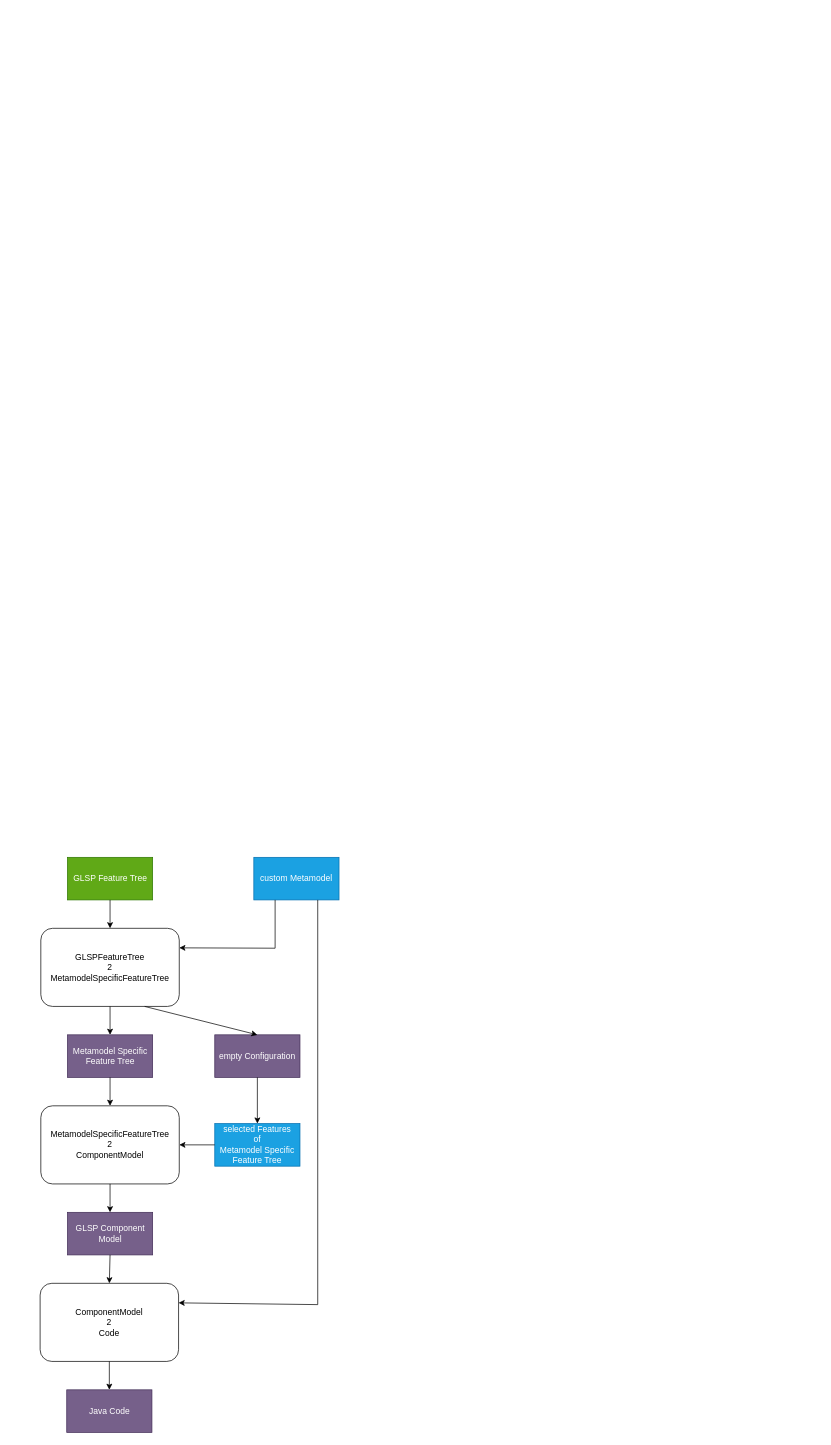
Above: page "Seite-3" (3 of 6) of diagrams/componentDiagram.drawio in Botchi24/glsp (draw.io), before the change. Source tidied: cells renumbered, new cells numbered last; positions are measured from the earlier drawing's top-left corner, leaving out a move shared by most shapes. Both pictures are drawn from the tidied source at 71%, with x=0, y=0 at pixel (40, 857).
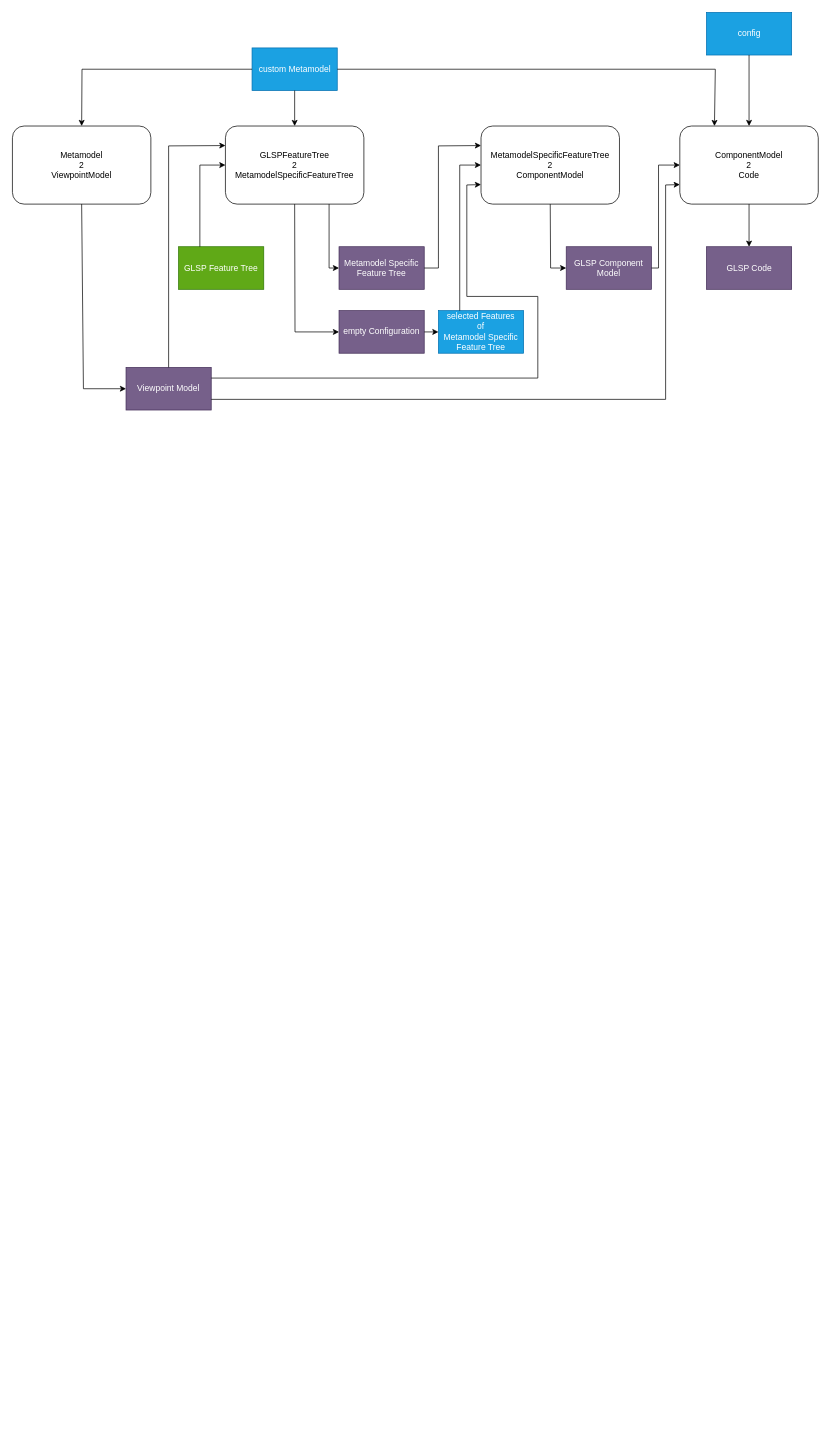
The same page after the edit.

Diff of the diagram source:
```diff
@@
     <mxCell id="2" value="GLSP Feature Tree" style="rounded=0;whiteSpace=wrap;html=1;fillColor=#60a917;fontColor=#ffffff;strokeColor=#2D7600;" parent="1" vertex="1">
-      <mxGeometry x="38.5" width="120" height="60" as="geometry" />
+      <mxGeometry x="195" y="-860" width="120" height="60" as="geometry" />
     </mxCell>
     <mxCell id="3" value="custom Metamodel" style="rounded=0;whiteSpace=wrap;html=1;fillColor=#1ba1e2;fontColor=#ffffff;strokeColor=#006EAF;" parent="1" vertex="1">
-      <mxGeometry x="301" width="120" height="60" as="geometry" />
+      <mxGeometry x="298.5" y="-1140" width="120" height="60" as="geometry" />
     </mxCell>
     <mxCell id="4" value="GLSPFeatureTree&lt;div&gt;2&lt;/div&gt;&lt;div&gt;MetamodelSpecificFeatureTree&lt;/div&gt;" style="rounded=1;whiteSpace=wrap;html=1;" parent="1" vertex="1">
-      <mxGeometry x="1" y="100" width="195" height="110" as="geometry" />
+      <mxGeometry x="261" y="-1030" width="195" height="110" as="geometry" />
     </mxCell>
     <mxCell id="5" value="MetamodelSpecificFeatureTree&lt;div&gt;2&lt;/div&gt;&lt;div&gt;ComponentModel&lt;br&gt;&lt;/div&gt;" style="rounded=1;whiteSpace=wrap;html=1;" parent="1" vertex="1">
-      <mxGeometry x="1" y="350" width="195" height="110" as="geometry" />
+      <mxGeometry x="621" y="-1030" width="195" height="110" as="geometry" />
     </mxCell>
     <mxCell id="6" value="Metamodel Specific Feature Tree" style="rounded=0;whiteSpace=wrap;html=1;fillColor=#76608a;fontColor=#ffffff;strokeColor=#432D57;" parent="1" vertex="1">
-      <mxGeometry x="38.5" y="250" width="120" height="60" as="geometry" />
+      <mxGeometry x="421" y="-860" width="120" height="60" as="geometry" />
     </mxCell>
     <mxCell id="7" value="empty Configuration" style="rounded=0;whiteSpace=wrap;html=1;fillColor=#76608a;fontColor=#ffffff;strokeColor=#432D57;" parent="1" vertex="1">
-      <mxGeometry x="246" y="250" width="120" height="60" as="geometry" />
+      <mxGeometry x="421" y="-770" width="120" height="60" as="geometry" />
     </mxCell>
     <mxCell id="8" value="selected Features&lt;div&gt;of&lt;/div&gt;&lt;div&gt;Metamodel Specific Feature Tree&lt;/div&gt;" style="rounded=0;whiteSpace=wrap;html=1;fillColor=#1ba1e2;fontColor=#ffffff;strokeColor=#006EAF;" parent="1" vertex="1">
-      <mxGeometry x="246" y="375" width="120" height="60" as="geometry" />
+      <mxGeometry x="561" y="-770" width="120" height="60" as="geometry" />
     </mxCell>
-    <mxCell id="9" style="endArrow=classic;html=1;rounded=0;exitX=0.5;exitY=1;exitDx=0;exitDy=0;entryX=0.5;entryY=0;entryDx=0;entryDy=0;" parent="1" edge="1" source="2" target="4">
-      <mxGeometry relative="1" as="geometry" />
+    <mxCell id="9" style="endArrow=classic;html=1;rounded=0;exitX=0.25;exitY=0;exitDx=0;exitDy=0;noEdgeStyle=1;orthogonal=1;entryX=0;entryY=0.5;entryDx=0;entryDy=0;strokeColor=default;" parent="1" edge="1" source="2" target="4">
+      <mxGeometry relative="1" as="geometry">
+        <Array as="points">
+          <mxPoint x="225" y="-975" />
+        </Array>
+      </mxGeometry>
     </mxCell>
-    <mxCell id="10" style="endArrow=classic;html=1;rounded=0;exitX=0.5;exitY=1;exitDx=0;exitDy=0;entryX=0.5;entryY=0;entryDx=0;entryDy=0;" parent="1" edge="1" source="7" target="8">
+    <mxCell id="10" style="endArrow=classic;html=1;rounded=0;exitX=1;exitY=0.5;exitDx=0;exitDy=0;entryX=0;entryY=0.5;entryDx=0;entryDy=0;noEdgeStyle=1;orthogonal=1;" parent="1" edge="1" source="7" target="8">
       <mxGeometry relative="1" as="geometry" />
     </mxCell>
-    <mxCell id="11" style="endArrow=classic;html=1;rounded=0;exitX=0.5;exitY=1;exitDx=0;exitDy=0;entryX=0.5;entryY=0;entryDx=0;entryDy=0;" parent="1" edge="1" source="4" target="6">
-      <mxGeometry relative="1" as="geometry" />
+    <mxCell id="11" style="endArrow=classic;html=1;rounded=0;entryX=0;entryY=0.5;entryDx=0;entryDy=0;noEdgeStyle=1;orthogonal=1;" parent="1" edge="1" target="6">
+      <mxGeometry relative="1" as="geometry">
+        <mxPoint x="407" y="-920" as="sourcePoint" />
+        <Array as="points">
+          <mxPoint x="407" y="-830" />
+        </Array>
+      </mxGeometry>
     </mxCell>
-    <mxCell id="12" style="endArrow=classic;html=1;rounded=0;exitX=0.25;exitY=1;exitDx=0;exitDy=0;entryX=1;entryY=0.25;entryDx=0;entryDy=0;" parent="1" edge="1" source="3" target="4">
-      <mxGeometry relative="1" as="geometry">
-        <Array as="points">
-          <mxPoint x="331" y="128" />
-        </Array>
-      </mxGeometry>
+    <mxCell id="12" style="endArrow=classic;html=1;rounded=0;entryDx=0;entryDy=0;noEdgeStyle=1;orthogonal=1;exitX=0.5;exitY=1;exitDx=0;exitDy=0;entryX=0.5;entryY=0;" parent="1" edge="1" source="3" target="4">
+      <mxGeometry relative="1" as="geometry" />
     </mxCell>
-    <mxCell id="13" style="endArrow=classic;html=1;rounded=0;exitX=0.75;exitY=1;exitDx=0;exitDy=0;entryX=0.5;entryY=0;entryDx=0;entryDy=0;" parent="1" edge="1" source="4" target="7">
-      <mxGeometry relative="1" as="geometry" />
+    <mxCell id="13" style="endArrow=classic;html=1;rounded=0;exitX=0.5;exitY=1;exitDx=0;exitDy=0;entryX=0;entryY=0.5;entryDx=0;entryDy=0;noEdgeStyle=1;orthogonal=1;" parent="1" edge="1" source="4" target="7">
+      <mxGeometry relative="1" as="geometry">
+        <Array as="points">
+          <mxPoint x="359" y="-740" />
+        </Array>
+      </mxGeometry>
     </mxCell>
-    <mxCell id="14" style="endArrow=classic;html=1;rounded=0;exitX=0.5;exitY=1;exitDx=0;exitDy=0;entryX=0.5;entryY=0;entryDx=0;entryDy=0;" parent="1" edge="1" source="6" target="5">
-      <mxGeometry relative="1" as="geometry" />
+    <mxCell id="14" style="endArrow=classic;html=1;rounded=0;exitX=1;exitY=0.5;exitDx=0;exitDy=0;entryX=0;entryY=0.25;entryDx=0;entryDy=0;noEdgeStyle=1;orthogonal=1;" parent="1" edge="1" source="6" target="5">
+      <mxGeometry relative="1" as="geometry">
+        <Array as="points">
+          <mxPoint x="561" y="-830" />
+          <mxPoint x="561" y="-1002" />
+        </Array>
+      </mxGeometry>
     </mxCell>
-    <mxCell id="15" style="endArrow=classic;html=1;rounded=0;exitX=0;exitY=0.5;exitDx=0;exitDy=0;entryX=1;entryY=0.5;entryDx=0;entryDy=0;" parent="1" edge="1" source="8" target="5">
-      <mxGeometry relative="1" as="geometry" />
+    <mxCell id="15" style="endArrow=classic;html=1;rounded=0;exitX=0.25;exitY=0;exitDx=0;exitDy=0;entryX=0;entryY=0.5;entryDx=0;entryDy=0;noEdgeStyle=1;orthogonal=1;" parent="1" edge="1" source="8" target="5">
+      <mxGeometry relative="1" as="geometry">
+        <Array as="points">
+          <mxPoint x="591" y="-975" />
+        </Array>
+      </mxGeometry>
     </mxCell>
     <mxCell id="16" value="GLSP Component Model" style="rounded=0;whiteSpace=wrap;html=1;fillColor=#76608a;fontColor=#ffffff;strokeColor=#432D57;" parent="1" vertex="1">
-      <mxGeometry x="38.5" y="500" width="120" height="60" as="geometry" />
+      <mxGeometry x="741" y="-860" width="120" height="60" as="geometry" />
     </mxCell>
-    <mxCell id="17" style="endArrow=classic;html=1;rounded=0;exitX=0.5;exitY=1;exitDx=0;exitDy=0;entryX=0.5;entryY=0;entryDx=0;entryDy=0;" parent="1" edge="1" source="5" target="16">
-      <mxGeometry relative="1" as="geometry" />
+    <mxCell id="17" style="endArrow=classic;html=1;rounded=0;exitX=0.5;exitY=1;exitDx=0;exitDy=0;entryX=0;entryY=0.5;entryDx=0;entryDy=0;noEdgeStyle=1;orthogonal=1;" parent="1" edge="1" source="5" target="16">
+      <mxGeometry relative="1" as="geometry">
+        <Array as="points">
+          <mxPoint x="719" y="-830" />
+        </Array>
+      </mxGeometry>
     </mxCell>
     <mxCell id="18" value="&lt;div&gt;ComponentModel&lt;/div&gt;&lt;div&gt;2&lt;/div&gt;&lt;div&gt;Code&lt;br&gt;&lt;/div&gt;" style="rounded=1;whiteSpace=wrap;html=1;" parent="1" vertex="1">
-      <mxGeometry y="600" width="195" height="110" as="geometry" />
+      <mxGeometry x="901" y="-1030" width="195" height="110" as="geometry" />
     </mxCell>
-    <mxCell id="19" style="endArrow=classic;html=1;rounded=0;exitX=0.5;exitY=1;exitDx=0;exitDy=0;entryX=0.5;entryY=0;entryDx=0;entryDy=0;" parent="1" edge="1" source="16" target="18">
-      <mxGeometry relative="1" as="geometry" />
+    <mxCell id="19" style="endArrow=classic;html=1;rounded=0;exitX=1;exitY=0.5;exitDx=0;exitDy=0;entryX=0;entryY=0.5;entryDx=0;entryDy=0;noEdgeStyle=1;orthogonal=1;" parent="1" edge="1" source="16" target="18">
+      <mxGeometry relative="1" as="geometry">
+        <Array as="points">
+          <mxPoint x="871" y="-830" />
+          <mxPoint x="871" y="-975" />
+        </Array>
+      </mxGeometry>
     </mxCell>
-    <mxCell id="20" style="endArrow=classic;html=1;rounded=0;exitX=0.5;exitY=1;exitDx=0;exitDy=0;entryX=0.5;entryY=0;entryDx=0;entryDy=0;" parent="1" edge="1" source="18" target="21">
+    <mxCell id="20" style="endArrow=classic;html=1;rounded=0;exitX=0.5;exitY=1;exitDx=0;exitDy=0;entryX=0.5;entryY=0;entryDx=0;entryDy=0;noEdgeStyle=1;orthogonal=1;" parent="1" edge="1" source="18" target="21">
       <mxGeometry relative="1" as="geometry" />
     </mxCell>
-    <mxCell id="21" value="Java Code" style="rounded=0;whiteSpace=wrap;html=1;fillColor=#76608a;fontColor=#ffffff;strokeColor=#432D57;" parent="1" vertex="1">
-      <mxGeometry x="37.5" y="750" width="120" height="60" as="geometry" />
+    <mxCell id="21" value="GLSP Code" style="rounded=0;whiteSpace=wrap;html=1;fillColor=#76608a;fontColor=#ffffff;strokeColor=#432D57;" parent="1" vertex="1">
+      <mxGeometry x="938.5" y="-860" width="120" height="60" as="geometry" />
     </mxCell>
-    <mxCell id="22" style="endArrow=classic;html=1;rounded=0;exitX=0.75;exitY=1;exitDx=0;exitDy=0;entryX=1;entryY=0.25;entryDx=0;entryDy=0;" parent="1" edge="1" source="3" target="18">
+    <mxCell id="22" style="endArrow=classic;html=1;rounded=0;exitX=1;exitY=0.5;exitDx=0;exitDy=0;entryX=0.25;entryY=0;entryDx=0;entryDy=0;noEdgeStyle=1;orthogonal=1;" parent="1" edge="1" source="3" target="18">
       <mxGeometry relative="1" as="geometry">
         <Array as="points">
-          <mxPoint x="391" y="630" />
+          <mxPoint x="951" y="-1110" />
         </Array>
       </mxGeometry>
     </mxCell>
+    <mxCell id="23" value="Metamodel&lt;div&gt;2&lt;/div&gt;&lt;div&gt;ViewpointModel&lt;/div&gt;" style="rounded=1;whiteSpace=wrap;html=1;" parent="1" vertex="1">
+      <mxGeometry x="-39" y="-1030" width="195" height="110" as="geometry" />
+    </mxCell>
+    <mxCell id="24" style="endArrow=classic;html=1;rounded=0;entryDx=0;entryDy=0;noEdgeStyle=1;orthogonal=1;exitX=0;exitY=0.5;exitDx=0;exitDy=0;entryX=0.5;entryY=0;" parent="1" edge="1" source="3" target="23">
+      <mxGeometry relative="1" as="geometry">
+        <Array as="points">
+          <mxPoint x="59" y="-1110" />
+        </Array>
+      </mxGeometry>
+    </mxCell>
+    <mxCell id="25" value="Viewpoint Model" style="rounded=0;whiteSpace=wrap;html=1;fillColor=#76608a;fontColor=#ffffff;strokeColor=#432D57;" parent="1" vertex="1">
+      <mxGeometry x="121" y="-690" width="120" height="60" as="geometry" />
+    </mxCell>
+    <mxCell id="26" style="endArrow=classic;html=1;rounded=0;exitX=0.5;exitY=1;exitDx=0;exitDy=0;noEdgeStyle=1;orthogonal=1;entryX=0;entryY=0.5;entryDx=0;entryDy=0;strokeColor=default;" parent="1" edge="1" source="23" target="25">
+      <mxGeometry relative="1" as="geometry">
+        <Array as="points">
+          <mxPoint x="61" y="-660" />
+        </Array>
+      </mxGeometry>
+    </mxCell>
+    <mxCell id="27" style="endArrow=classic;html=1;rounded=0;exitX=1;exitY=0.75;exitDx=0;exitDy=0;entryX=0;entryY=0.75;entryDx=0;entryDy=0;noEdgeStyle=1;orthogonal=1;" parent="1" edge="1" source="25" target="18">
+      <mxGeometry relative="1" as="geometry">
+        <Array as="points">
+          <mxPoint x="881" y="-645" />
+          <mxPoint x="881" y="-947" />
+        </Array>
+      </mxGeometry>
+    </mxCell>
+    <mxCell id="28" value="config" style="rounded=0;whiteSpace=wrap;html=1;fillColor=#1ba1e2;fontColor=#ffffff;strokeColor=#006EAF;" parent="1" vertex="1">
+      <mxGeometry x="938.5" y="-1190" width="120" height="60" as="geometry" />
+    </mxCell>
+    <mxCell id="29" style="endArrow=classic;html=1;rounded=0;exitX=0.5;exitY=1;exitDx=0;exitDy=0;entryX=0.5;entryY=0;entryDx=0;entryDy=0;noEdgeStyle=1;orthogonal=1;" parent="1" edge="1" source="28" target="18">
+      <mxGeometry relative="1" as="geometry" />
+    </mxCell>
+    <mxCell id="30" style="endArrow=classic;html=1;rounded=0;exitX=0.5;exitY=0;exitDx=0;exitDy=0;noEdgeStyle=1;orthogonal=1;entryX=0;entryY=0.25;entryDx=0;entryDy=0;" parent="1" edge="1" source="25" target="4">
+      <mxGeometry relative="1" as="geometry">
+        <Array as="points">
+          <mxPoint x="181" y="-1002" />
+        </Array>
+      </mxGeometry>
+    </mxCell>
+    <mxCell id="31" style="endArrow=classic;html=1;rounded=0;exitX=1;exitY=0.25;exitDx=0;exitDy=0;entryX=0;entryY=0.75;entryDx=0;entryDy=0;noEdgeStyle=1;orthogonal=1;" parent="1" edge="1" source="25" target="5">
+      <mxGeometry relative="1" as="geometry">
+        <Array as="points">
+          <mxPoint x="701" y="-675" />
+          <mxPoint x="701" y="-790" />
+          <mxPoint x="601" y="-790" />
+          <mxPoint x="601" y="-947" />
+        </Array>
+      </mxGeometry>
+    </mxCell>
```
